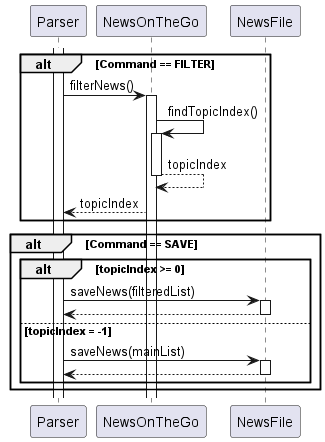
This is docs/UML_Diagrams/filterFunctionSequence.png from AhmedShaiyan/tp, a PlantUML export, as it was before one commit.
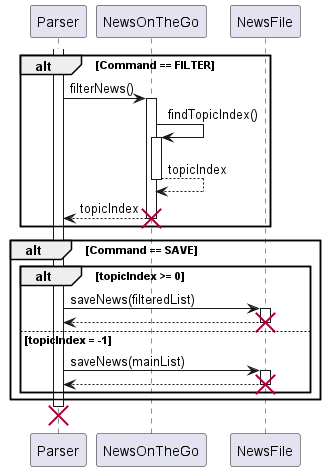
The same diagram one commit later.

The edit, as a diff of the source:
```diff
@@ -9,6 +9,8 @@
 NewsOnTheGo-->NewsOnTheGo: topicIndex
 deactivate NewsOnTheGo
 NewsOnTheGo-->Parser: topicIndex
+deactivate NewsOnTheGo
+destroy NewsOnTheGo
 end
 
 alt Command == SAVE
@@ -17,11 +19,14 @@
 activate NewsFile
 NewsFile-->Parser
 deactivate NewsFile
+destroy NewsFile
 else topicIndex = -1
 Parser->NewsFile: saveNews(mainList)
 activate NewsFile
 NewsFile-->Parser
 deactivate NewsFile
+destroy NewsFile
 end
 end
+destroy Parser
 @enduml
```
